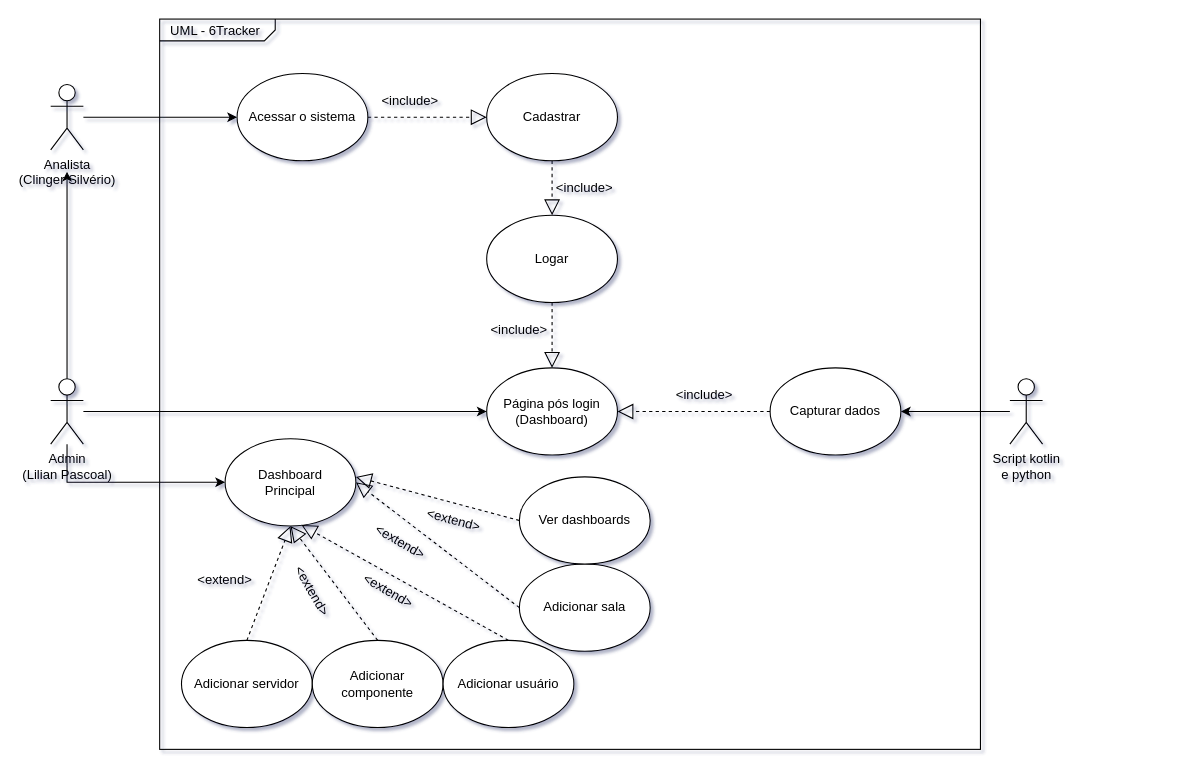
The draw.io diagram Site/Documentação/Documentação ALL/UML - 6Tracker.drawio in Monitoramento-Dados-Sensiveis/6tracker, before the edit. Source tidied: cells renumbered, new cells numbered last; positions are measured from the earlier drawing's top-left corner, leaving out a move shared by most shapes. Both pictures are drawn from the tidied source at 109%, with x=0, y=0 at pixel (50, 19).
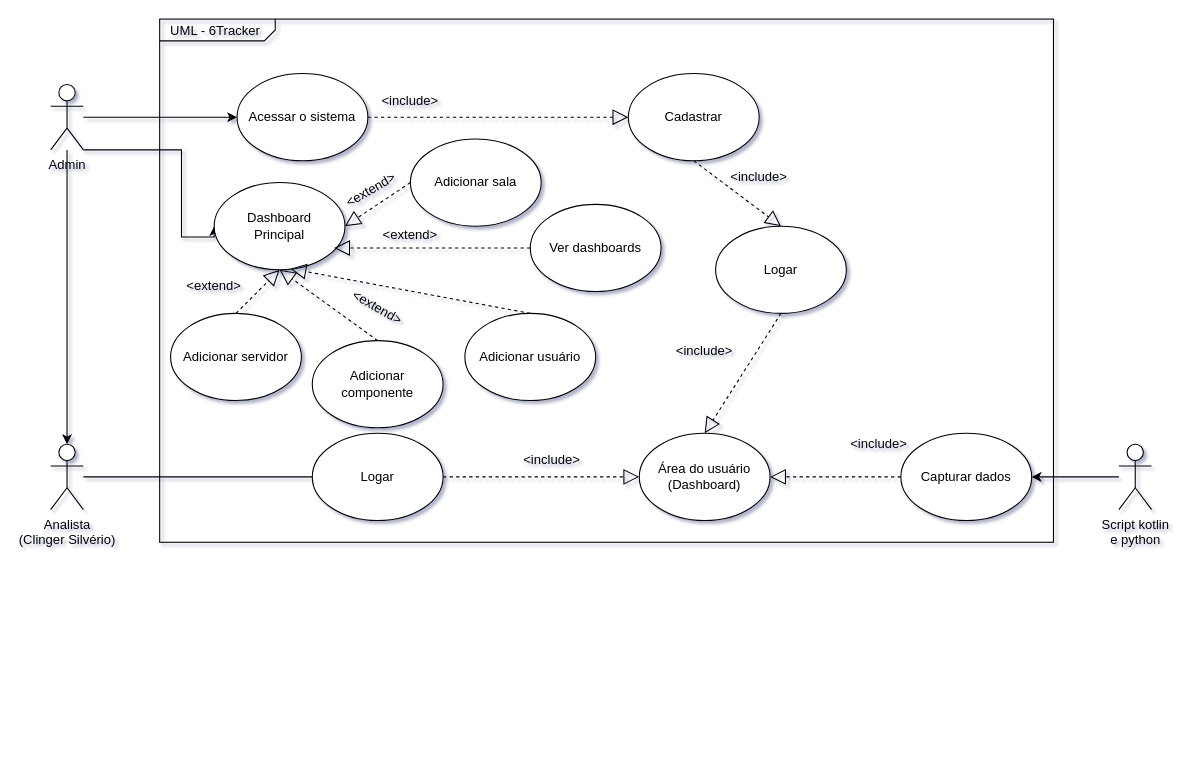
Above is the later version.

Commit message (it also covers changes not shown here):
Atualizando o UML

What changed in the source:
```diff
@@
     <mxCell id="2" value="&lt;p style=&quot;margin: 0px ; margin-top: 4px ; margin-left: 10px ; text-align: left&quot;&gt;UML - 6Tracker&lt;/p&gt;" style="html=1;strokeWidth=1;shape=mxgraph.sysml.package;html=1;overflow=fill;whiteSpace=wrap;fillColor=none;gradientColor=none;fontSize=12;align=center;labelX=106.33;" parent="1" vertex="1">
-      <mxGeometry x="100" width="753" height="670" as="geometry" />
+      <mxGeometry x="100" width="820" height="480" as="geometry" />
     </mxCell>
@@
-    <mxCell id="4" value="Analista&lt;br&gt;(Clinger Silvério)" style="shape=umlActor;verticalLabelPosition=bottom;verticalAlign=top;html=1;outlineConnect=0;" parent="1" vertex="1">
+    <mxCell id="4" value="Admin&lt;br&gt;" style="shape=umlActor;verticalLabelPosition=bottom;verticalAlign=top;html=1;outlineConnect=0;" parent="1" vertex="1">
       <mxGeometry y="60" width="30" height="60" as="geometry" />
     </mxCell>
-    <mxCell id="5" style="edgeStyle=orthogonalEdgeStyle;rounded=0;jettySize=auto;html=1;entryX=0;entryY=0.5;entryDx=0;entryDy=0;" parent="1" edge="1" source="8" target="14">
-      <mxGeometry relative="1" as="geometry" />
-    </mxCell>
-    <mxCell id="6" style="edgeStyle=orthogonalEdgeStyle;rounded=0;jettySize=auto;html=1;" parent="1" edge="1" source="8">
-      <mxGeometry relative="1" as="geometry">
-        <mxPoint x="15" y="140" as="targetPoint" />
-      </mxGeometry>
+    <mxCell id="6" style="edgeStyle=orthogonalEdgeStyle;rounded=0;jettySize=auto;html=1;entryX=0.5;entryY=0;entryDx=0;entryDy=0;entryPerimeter=0;" parent="1" edge="1" source="4" target="8">
+      <mxGeometry relative="1" as="geometry" />
     </mxCell>
-    <mxCell id="7" style="edgeStyle=orthogonalEdgeStyle;rounded=0;jettySize=auto;html=1;entryX=0;entryY=0.5;entryDx=0;entryDy=0;" parent="1" edge="1" source="8" target="27">
+    <mxCell id="7" style="edgeStyle=orthogonalEdgeStyle;rounded=0;jettySize=auto;html=1;entryX=0;entryY=0.5;entryDx=0;entryDy=0;" parent="1" edge="1" source="4" target="27">
       <mxGeometry relative="1" as="geometry">
         <Array as="points">
-          <mxPoint x="15" y="425" />
+          <mxPoint x="120" y="120" />
+          <mxPoint x="120" y="200" />
+          <mxPoint x="150" y="200" />
         </Array>
       </mxGeometry>
     </mxCell>
-    <mxCell id="8" value="Admin&lt;br&gt;(Lilian Pascoal)" style="shape=umlActor;verticalLabelPosition=bottom;verticalAlign=top;html=1;outlineConnect=0;" parent="1" vertex="1">
-      <mxGeometry y="330" width="30" height="60" as="geometry" />
+    <mxCell id="8" value="Analista&lt;br&gt;(Clinger Silvério)" style="shape=umlActor;verticalLabelPosition=bottom;verticalAlign=top;html=1;outlineConnect=0;" parent="1" vertex="1">
+      <mxGeometry y="390" width="30" height="60" as="geometry" />
     </mxCell>
@@
     <mxCell id="10" value="Cadastrar" style="ellipse;whiteSpace=wrap;html=1;" parent="1" vertex="1">
-      <mxGeometry x="400" y="50" width="120" height="80" as="geometry" />
+      <mxGeometry x="530" y="50" width="120" height="80" as="geometry" />
     </mxCell>
@@
     <mxCell id="13" value="Logar" style="ellipse;whiteSpace=wrap;html=1;" parent="1" vertex="1">
-      <mxGeometry x="400" y="180" width="120" height="80" as="geometry" />
+      <mxGeometry x="610" y="190" width="120" height="80" as="geometry" />
     </mxCell>
-    <mxCell id="14" value="Página pós login&lt;br&gt;(Dashboard)" style="ellipse;whiteSpace=wrap;html=1;" parent="1" vertex="1">
-      <mxGeometry x="400" y="320" width="120" height="80" as="geometry" />
+    <mxCell id="14" value="Área do usuário&lt;br&gt;(Dashboard)" style="ellipse;whiteSpace=wrap;html=1;" parent="1" vertex="1">
+      <mxGeometry x="540" y="380" width="120" height="80" as="geometry" />
     </mxCell>
@@
     <mxCell id="16" value="&amp;lt;include&amp;gt;" style="text;html=1;strokeColor=none;fillColor=none;align=center;verticalAlign=middle;whiteSpace=wrap;rounded=0;rotation=0;" parent="1" vertex="1">
-      <mxGeometry x="400" y="270" width="60" height="30" as="geometry" />
+      <mxGeometry x="730" y="375" width="60" height="30" as="geometry" />
     </mxCell>
     <mxCell id="17" value="Adicionar sala" style="ellipse;whiteSpace=wrap;html=1;" parent="1" vertex="1">
-      <mxGeometry x="430" y="500" width="120" height="80" as="geometry" />
+      <mxGeometry x="330" y="110" width="120" height="80" as="geometry" />
     </mxCell>
     <mxCell id="18" value="Adicionar servidor" style="ellipse;whiteSpace=wrap;html=1;" parent="1" vertex="1">
-      <mxGeometry x="120" y="570" width="120" height="80" as="geometry" />
+      <mxGeometry x="110" y="270" width="120" height="80" as="geometry" />
     </mxCell>
     <mxCell id="19" value="Adicionar componente" style="ellipse;whiteSpace=wrap;html=1;" parent="1" vertex="1">
-      <mxGeometry x="240" y="570" width="120" height="80" as="geometry" />
+      <mxGeometry x="240" y="295" width="120" height="80" as="geometry" />
     </mxCell>
-    <mxCell id="20" value="Adicionar usuário" style="ellipse;whiteSpace=wrap;html=1;" parent="1" vertex="1">
-      <mxGeometry x="360" y="570" width="120" height="80" as="geometry" />
-    </mxCell>
     <mxCell id="21" value="&amp;lt;include&amp;gt;" style="text;html=1;strokeColor=none;fillColor=none;align=center;verticalAlign=middle;whiteSpace=wrap;rounded=0;rotation=0;" parent="1" vertex="1">
-      <mxGeometry x="460" y="140" width="60" height="30" as="geometry" />
+      <mxGeometry x="620" y="130" width="60" height="30" as="geometry" />
     </mxCell>
@@
     <mxCell id="23" value="Script kotlin &lt;br&gt;e python" style="shape=umlActor;verticalLabelPosition=bottom;verticalAlign=top;html=1;outlineConnect=0;" parent="1" vertex="1">
-      <mxGeometry x="880" y="330" width="30" height="60" as="geometry" />
+      <mxGeometry x="980" y="390" width="30" height="60" as="geometry" />
     </mxCell>
     <mxCell id="24" value="Capturar dados" style="ellipse;whiteSpace=wrap;html=1;" parent="1" vertex="1">
-      <mxGeometry x="660" y="320" width="120" height="80" as="geometry" />
+      <mxGeometry x="780" y="380" width="120" height="80" as="geometry" />
     </mxCell>
@@
     <mxCell id="27" value="Dashboard &lt;br&gt;Principal" style="ellipse;whiteSpace=wrap;html=1;" parent="1" vertex="1">
-      <mxGeometry x="160" y="385" width="120" height="80" as="geometry" />
+      <mxGeometry x="150" y="150" width="120" height="80" as="geometry" />
     </mxCell>
     <mxCell id="28" value="Ver dashboards" style="ellipse;whiteSpace=wrap;html=1;" parent="1" vertex="1">
-      <mxGeometry x="430" y="420" width="120" height="80" as="geometry" />
+      <mxGeometry x="440" y="170" width="120" height="80" as="geometry" />
     </mxCell>
     <mxCell id="29" value="&amp;lt;include&amp;gt;" style="text;html=1;strokeColor=none;fillColor=none;align=center;verticalAlign=middle;whiteSpace=wrap;rounded=0;rotation=0;" parent="1" vertex="1">
-      <mxGeometry x="570" y="330" width="60" height="30" as="geometry" />
+      <mxGeometry x="570" y="290" width="60" height="30" as="geometry" />
     </mxCell>
@@
-    <mxCell id="34" style="endArrow=block;dashed=1;endFill=0;endSize=12;html=1;rounded=0;exitX=0;exitY=0.5;exitDx=0;exitDy=0;" parent="1" edge="1" source="28">
-      <mxGeometry relative="1" as="geometry">
-        <mxPoint x="280" y="420" as="targetPoint" />
-      </mxGeometry>
+    <mxCell id="34" style="endArrow=block;dashed=1;endFill=0;endSize=12;html=1;rounded=0;exitX=0;exitY=0.5;exitDx=0;exitDy=0;entryX=0.917;entryY=0.75;entryDx=0;entryDy=0;entryPerimeter=0;" parent="1" edge="1" source="28" target="27">
+      <mxGeometry relative="1" as="geometry" />
     </mxCell>
-    <mxCell id="35" value="&amp;lt;extend&amp;gt;" style="text;html=1;strokeColor=none;fillColor=none;align=center;verticalAlign=middle;whiteSpace=wrap;rounded=0;rotation=30;" parent="1" vertex="1">
-      <mxGeometry x="291" y="465" width="60" height="30" as="geometry" />
+    <mxCell id="35" value="&amp;lt;extend&amp;gt;" style="text;html=1;strokeColor=none;fillColor=none;align=center;verticalAlign=middle;whiteSpace=wrap;rounded=0;rotation=0;" parent="1" vertex="1">
+      <mxGeometry x="300" y="183" width="60" height="30" as="geometry" />
     </mxCell>
+    <mxCell id="39" value="&amp;lt;extend&amp;gt;" style="text;html=1;strokeColor=none;fillColor=none;align=center;verticalAlign=middle;whiteSpace=wrap;rounded=0;rotation=-30;" parent="1" vertex="1">
+      <mxGeometry x="264" y="142" width="60" height="30" as="geometry" />
+    </mxCell>
+    <mxCell id="40" style="edgeStyle=orthogonalEdgeStyle;rounded=0;jettySize=auto;html=1;endArrow=none;entryX=0;entryY=0.5;entryDx=0;entryDy=0;" parent="1" edge="1" source="8" target="41">
+      <mxGeometry relative="1" as="geometry" />
+    </mxCell>
+    <mxCell id="20" value="Adicionar usuário" style="ellipse;whiteSpace=wrap;html=1;" parent="1" vertex="1">
+      <mxGeometry x="380" y="270" width="120" height="80" as="geometry" />
+    </mxCell>
+    <mxCell id="41" value="Logar" style="ellipse;whiteSpace=wrap;html=1;" parent="1" vertex="1">
+      <mxGeometry x="240" y="380" width="120" height="80" as="geometry" />
+    </mxCell>
+    <mxCell id="42" value="&amp;lt;include&amp;gt;" style="text;html=1;strokeColor=none;fillColor=none;align=center;verticalAlign=middle;whiteSpace=wrap;rounded=0;" parent="1" vertex="1">
+      <mxGeometry x="430" y="390" width="60" height="30" as="geometry" />
+    </mxCell>
+    <mxCell id="43" style="endArrow=block;dashed=1;endFill=0;endSize=12;html=1;rounded=0;exitX=1;exitY=0.5;exitDx=0;exitDy=0;entryX=0;entryY=0.5;entryDx=0;entryDy=0;" parent="1" edge="1" source="41" target="14">
+      <mxGeometry relative="1" as="geometry" />
+    </mxCell>
+    <mxCell id="38" value="&amp;lt;extend&amp;gt;" style="text;html=1;strokeColor=none;fillColor=none;align=center;verticalAlign=middle;whiteSpace=wrap;rounded=0;rotation=0;" parent="1" vertex="1">
+      <mxGeometry x="120" y="230" width="60" height="30" as="geometry" />
+    </mxCell>
     <mxCell id="36" value="&amp;lt;extend&amp;gt;" style="text;html=1;strokeColor=none;fillColor=none;align=center;verticalAlign=middle;whiteSpace=wrap;rounded=0;rotation=30;" parent="1" vertex="1">
-      <mxGeometry x="280" y="510" width="60" height="30" as="geometry" />
+      <mxGeometry x="270" y="250" width="60" height="30" as="geometry" />
     </mxCell>
-    <mxCell id="37" value="&amp;lt;extend&amp;gt;" style="text;html=1;strokeColor=none;fillColor=none;align=center;verticalAlign=middle;whiteSpace=wrap;rounded=0;rotation=60;" parent="1" vertex="1">
-      <mxGeometry x="210" y="510" width="60" height="30" as="geometry" />
-    </mxCell>
-    <mxCell id="38" value="&amp;lt;extend&amp;gt;" style="text;html=1;strokeColor=none;fillColor=none;align=center;verticalAlign=middle;whiteSpace=wrap;rounded=0;rotation=0;" parent="1" vertex="1">
-      <mxGeometry x="130" y="500" width="60" height="30" as="geometry" />
-    </mxCell>
-    <mxCell id="39" value="&amp;lt;extend&amp;gt;" style="text;html=1;strokeColor=none;fillColor=none;align=center;verticalAlign=middle;whiteSpace=wrap;rounded=0;rotation=15;" parent="1" vertex="1">
-      <mxGeometry x="340" y="445" width="60" height="30" as="geometry" />
-    </mxCell>
```
